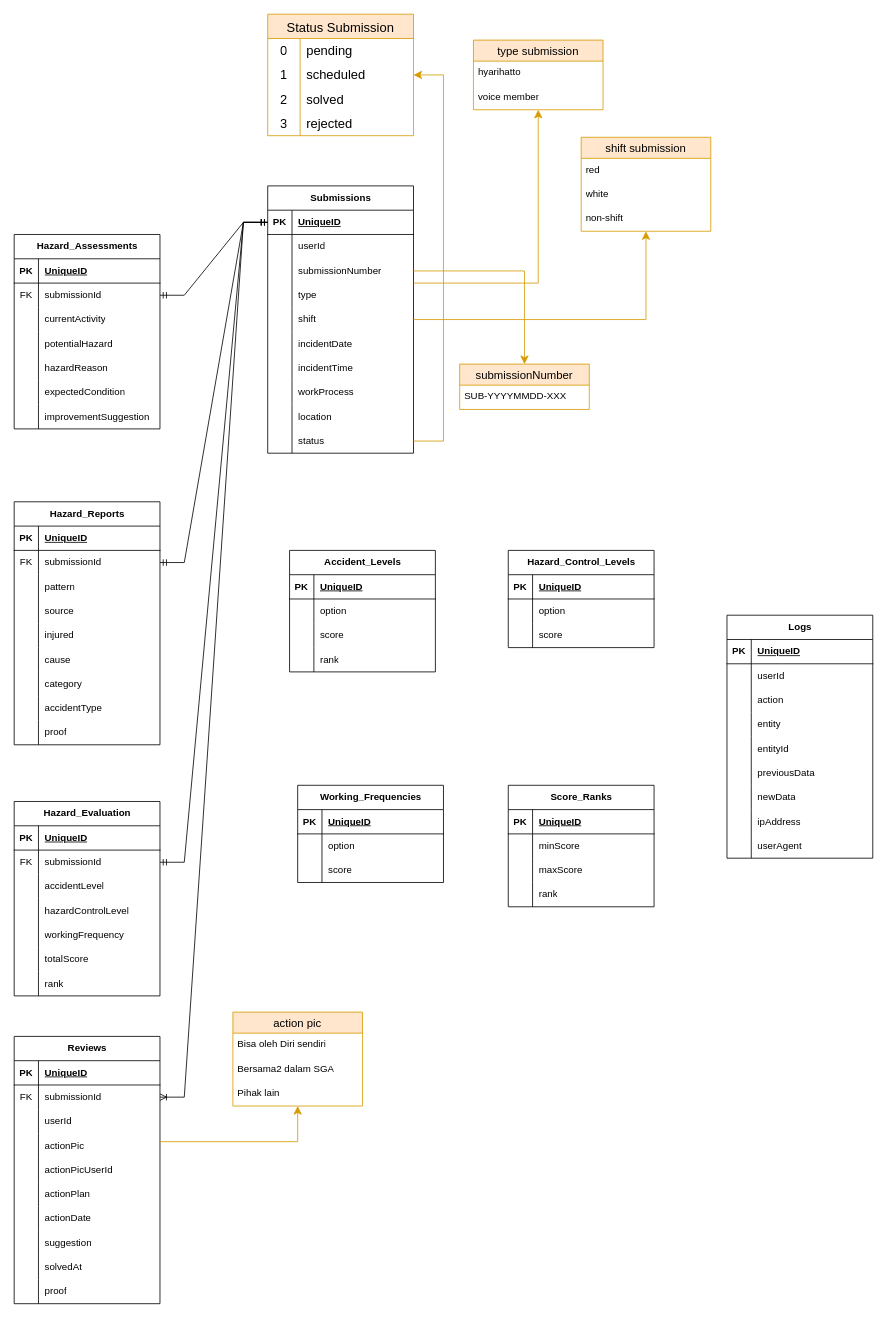
This is page "ERD" (2 of 2) of sys_design/Flow_ERD.drawio from bagususwanto/think-forward, a draw.io file, before an edit. Source tidied: cells renumbered, new cells numbered last; positions are measured from the earlier drawing's top-left corner, leaving out a move shared by most shapes. Both pictures are drawn from the tidied source at 81%, with x=0, y=0 at pixel (14, 14).
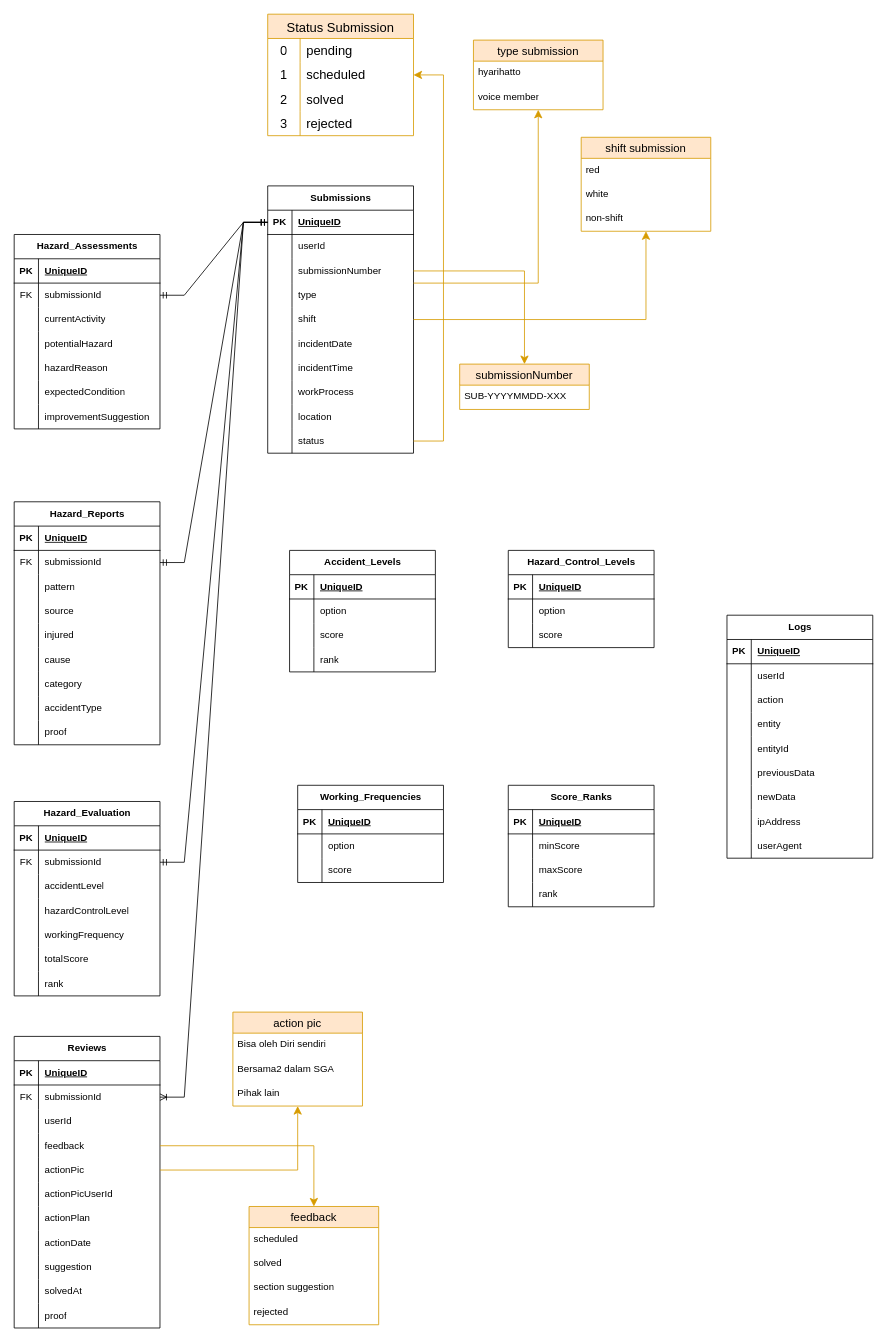
The same diagram, later.

The change refers to these unchanged cells:
```xml
<mxCell id="227" value="action pic" style="swimlane;fontStyle=0;horizontal=1;startSize=26;align=center;fontSize=14;fillColor=#ffe6cc;strokeColor=#d79b00;" parent="1" vertex="1">
  <mxGeometry x="270" y="1232" width="160" height="116" as="geometry" />
</mxCell>
```

What changed in the source:
```diff
@@
     <mxCell id="33" value="Reviews" style="shape=table;startSize=30;childLayout=tableLayout;rowLines=0;fontStyle=1;align=center;html=1;" parent="1" vertex="1">
-      <mxGeometry y="1262" width="180" height="330" as="geometry" />
+      <mxGeometry y="1262" width="180" height="360" as="geometry" />
     </mxCell>
@@
+    <mxCell id="245" style="shape=tableRow;horizontal=0;startSize=0;swimlaneHead=0;swimlaneBody=0;fillColor=none;points=[[0,0.5],[1,0.5]];portConstraint=eastwest;top=0;left=0;right=0;bottom=0;" parent="33" vertex="1">
+      <mxGeometry y="120" width="180" height="30" as="geometry" />
+    </mxCell>
+    <mxCell id="246" style="shape=partialRectangle;fillColor=none;top=0;left=0;bottom=0;right=0;overflow=hidden;whiteSpace=wrap;html=1;" parent="245" vertex="1">
+      <mxGeometry width="30" height="30" as="geometry" />
+    </mxCell>
+    <mxCell id="247" value="feedback" style="shape=partialRectangle;fillColor=none;top=0;left=0;bottom=0;right=0;align=left;spacingLeft=6;overflow=hidden;whiteSpace=wrap;html=1;" parent="245" vertex="1">
+      <mxGeometry x="30" width="150" height="30" as="geometry" />
+    </mxCell>
     <mxCell id="43" style="shape=tableRow;horizontal=0;startSize=0;swimlaneHead=0;swimlaneBody=0;fillColor=none;points=[[0,0.5],[1,0.5]];portConstraint=eastwest;top=0;left=0;right=0;bottom=0;" parent="33" vertex="1">
-      <mxGeometry y="120" width="180" height="30" as="geometry" />
+      <mxGeometry y="150" width="180" height="30" as="geometry" />
     </mxCell>
@@
     <mxCell id="46" style="shape=tableRow;horizontal=0;startSize=0;swimlaneHead=0;swimlaneBody=0;fillColor=none;top=0;left=0;right=0;bottom=0;" parent="33" vertex="1">
-      <mxGeometry y="150" width="180" height="30" as="geometry" />
+      <mxGeometry y="180" width="180" height="30" as="geometry" />
     </mxCell>
@@
     <mxCell id="49" style="shape=tableRow;horizontal=0;startSize=0;swimlaneHead=0;swimlaneBody=0;fillColor=none;top=0;left=0;right=0;bottom=0;" parent="33" vertex="1">
-      <mxGeometry y="180" width="180" height="30" as="geometry" />
+      <mxGeometry y="210" width="180" height="30" as="geometry" />
     </mxCell>
@@
     <mxCell id="52" style="shape=tableRow;horizontal=0;startSize=0;swimlaneHead=0;swimlaneBody=0;fillColor=none;top=0;left=0;right=0;bottom=0;" parent="33" vertex="1">
-      <mxGeometry y="210" width="180" height="30" as="geometry" />
+      <mxGeometry y="240" width="180" height="30" as="geometry" />
     </mxCell>
@@
     <mxCell id="55" style="shape=tableRow;horizontal=0;startSize=0;swimlaneHead=0;swimlaneBody=0;fillColor=none;top=0;left=0;right=0;bottom=0;" parent="33" vertex="1">
-      <mxGeometry y="240" width="180" height="30" as="geometry" />
+      <mxGeometry y="270" width="180" height="30" as="geometry" />
     </mxCell>
@@
     <mxCell id="58" style="shape=tableRow;horizontal=0;startSize=0;swimlaneHead=0;swimlaneBody=0;fillColor=none;top=0;left=0;right=0;bottom=0;" parent="33" vertex="1">
-      <mxGeometry y="270" width="180" height="30" as="geometry" />
+      <mxGeometry y="300" width="180" height="30" as="geometry" />
     </mxCell>
@@
     <mxCell id="61" style="shape=tableRow;horizontal=0;startSize=0;swimlaneHead=0;swimlaneBody=0;fillColor=none;top=0;left=0;right=0;bottom=0;" parent="33" vertex="1">
-      <mxGeometry y="300" width="180" height="30" as="geometry" />
+      <mxGeometry y="330" width="180" height="30" as="geometry" />
     </mxCell>
@@
     <mxCell id="231" style="edgeStyle=elbowEdgeStyle;elbow=vertical;endArrow=classic;html=1;curved=0;rounded=0;endSize=8;startSize=8;fillColor=#ffe6cc;strokeColor=#d79b00;" parent="1" edge="1" source="43" target="227">
       <mxGeometry relative="1" as="geometry">
         <Array as="points">
-          <mxPoint x="350" y="1392" />
+          <mxPoint x="230" y="1427" />
         </Array>
       </mxGeometry>
     </mxCell>
@@
+    <mxCell id="248" value="feedback" style="swimlane;fontStyle=0;horizontal=1;startSize=26;align=center;fontSize=14;fillColor=#ffe6cc;strokeColor=#d79b00;" parent="1" vertex="1">
+      <mxGeometry x="290" y="1472" width="160" height="146" as="geometry" />
+    </mxCell>
+    <mxCell id="249" value="scheduled" style="text;strokeColor=none;fillColor=none;spacingLeft=4;spacingRight=4;overflow=hidden;fontSize=12;whiteSpace=wrap;html=1;" parent="248" vertex="1">
+      <mxGeometry y="26" width="160" height="30" as="geometry" />
+    </mxCell>
+    <mxCell id="250" value="solved" style="text;strokeColor=none;fillColor=none;spacingLeft=4;spacingRight=4;overflow=hidden;fontSize=12;whiteSpace=wrap;html=1;" parent="248" vertex="1">
+      <mxGeometry y="56" width="160" height="30" as="geometry" />
+    </mxCell>
+    <mxCell id="251" value="section suggestion" style="text;strokeColor=none;fillColor=none;spacingLeft=4;spacingRight=4;overflow=hidden;fontSize=12;whiteSpace=wrap;html=1;" parent="248" vertex="1">
+      <mxGeometry y="86" width="160" height="30" as="geometry" />
+    </mxCell>
+    <mxCell id="252" value="rejected" style="text;strokeColor=none;fillColor=none;spacingLeft=4;spacingRight=4;overflow=hidden;fontSize=12;whiteSpace=wrap;html=1;" parent="248" vertex="1">
+      <mxGeometry y="116" width="160" height="30" as="geometry" />
+    </mxCell>
+    <mxCell id="253" style="edgeStyle=elbowEdgeStyle;elbow=vertical;endArrow=classic;html=1;curved=0;rounded=0;endSize=8;startSize=8;fillColor=#ffe6cc;strokeColor=#d79b00;" parent="1" edge="1" source="245" target="248">
+      <mxGeometry relative="1" as="geometry">
+        <Array as="points">
+          <mxPoint x="220" y="1397" />
+        </Array>
+      </mxGeometry>
+    </mxCell>
```
